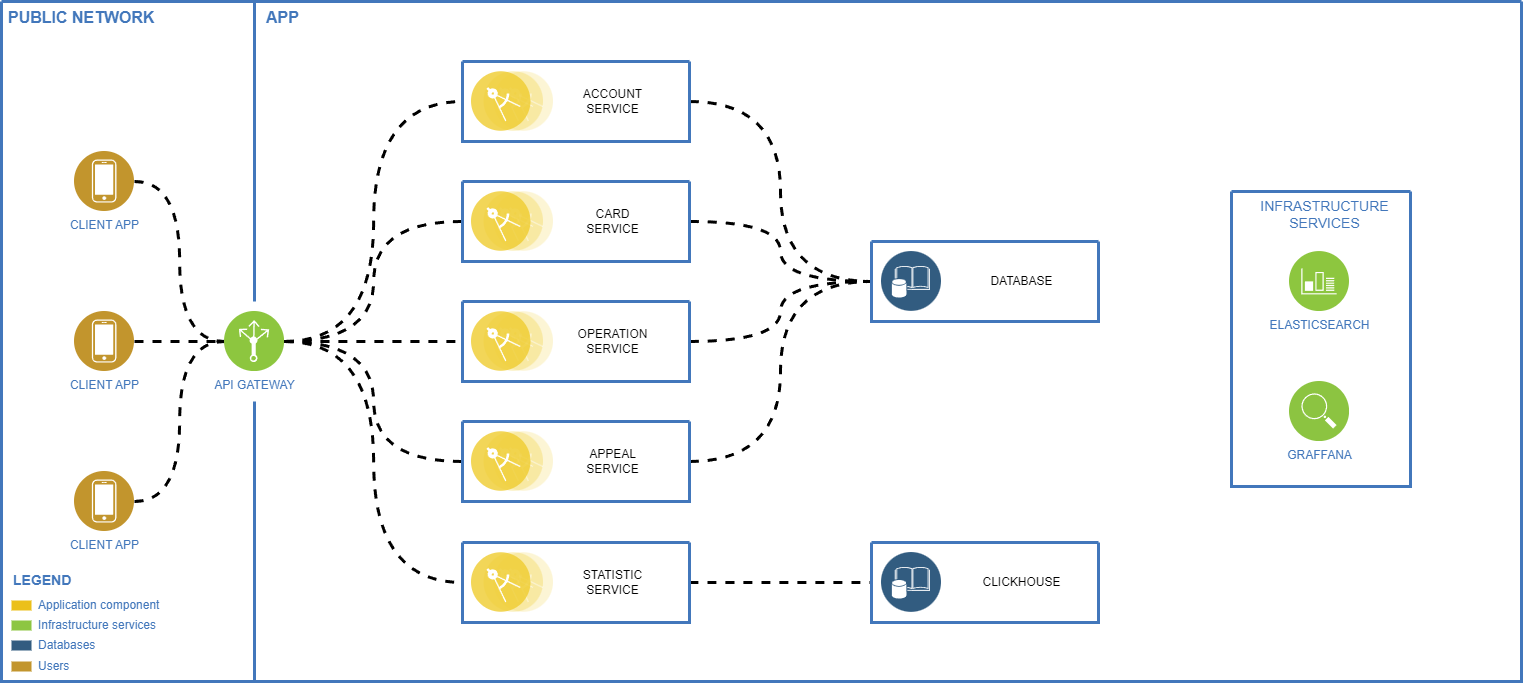
The draw.io diagram img/architecture.png in ClausStolz/Architecture-Test, before a commit. Source tidied: cells renumbered, new cells last; positions are measured from the earlier drawing's top-left corner, leaving out a move shared by most shapes.
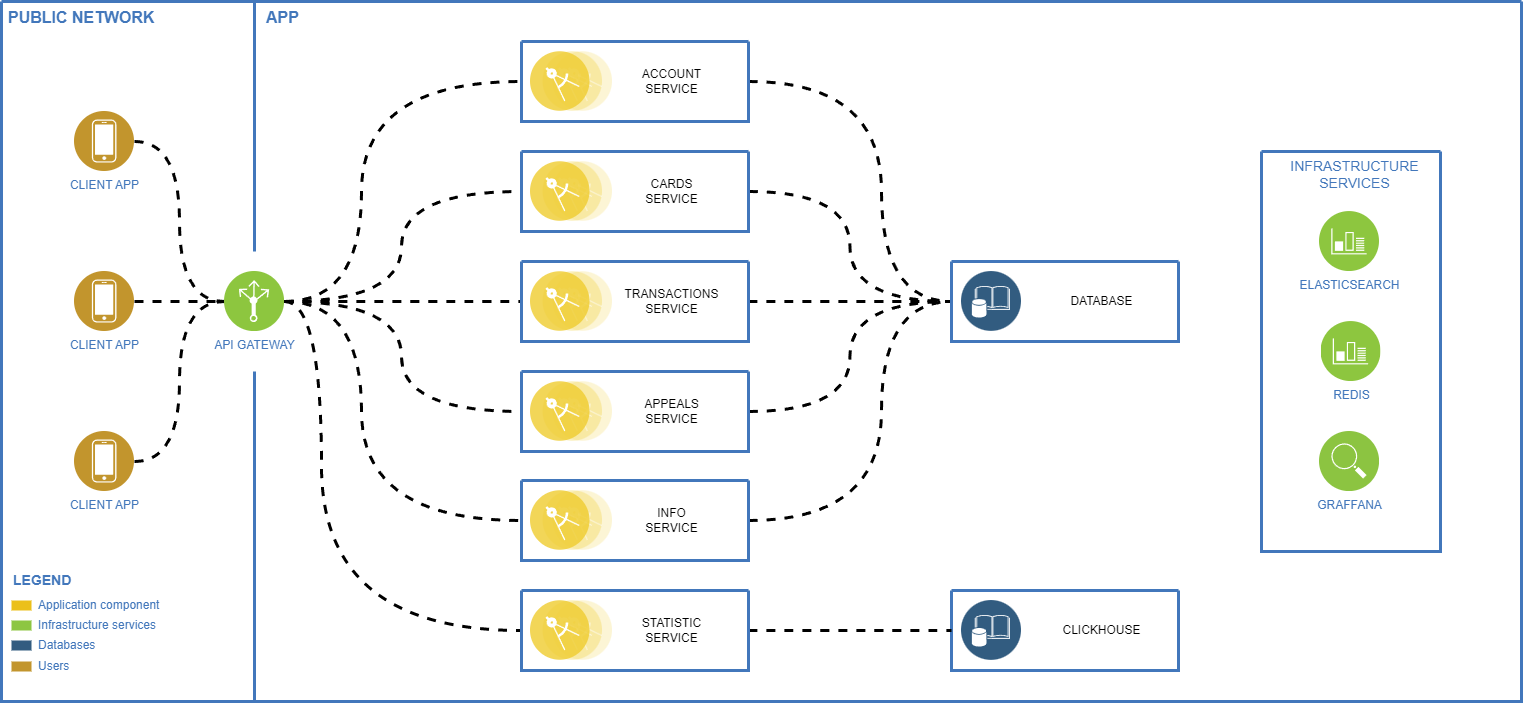
Above is the later version.

Change to the diagram source:
```diff
@@ -5,3 +5,3 @@
     <mxCell id="2" style="swimlane;shadow=0;strokeColor=#4277BB;fillColor=#ffffff;fontColor=#4277BB;align=right;startSize=0;strokeWidth=3;" parent="1" vertex="1">
-      <mxGeometry width="1520" height="680" as="geometry" />
+      <mxGeometry width="1520" height="700" as="geometry" />
     </mxCell>
@@ -11,3 +11,3 @@
     <mxCell id="4" style="line;strokeWidth=3;direction=south;html=1;shadow=0;labelBackgroundColor=none;fillColor=none;gradientColor=none;fontSize=12;fontColor=#4277BB;align=right;strokeColor=#4277BB;" parent="2" vertex="1">
-      <mxGeometry x="248" width="10" height="300" as="geometry" />
+      <mxGeometry x="248" width="10" height="250" as="geometry" />
     </mxCell>
@@ -29,3 +29,3 @@
     <mxCell id="10" style="line;strokeWidth=3;direction=south;html=1;shadow=0;labelBackgroundColor=none;fillColor=none;gradientColor=none;fontSize=12;fontColor=#4277BB;align=right;strokeColor=#4277BB;" parent="2" vertex="1">
-      <mxGeometry x="248" y="400" width="10" height="280" as="geometry" />
+      <mxGeometry x="248" y="370" width="10" height="330" as="geometry" />
     </mxCell>
@@ -35,6 +35,6 @@
     <mxCell id="12" value="CLIENT APP" style="perimeter=ellipsePerimeter;html=1;align=center;shadow=0;dashed=0;image;image=img/lib/ibm/users/device.svg;labelBackgroundColor=#ffffff;strokeColor=#666666;strokeWidth=3;fillColor=#C2952D;gradientColor=none;fontSize=12;fontColor=#4277BB;" parent="2" vertex="1">
-      <mxGeometry x="73" y="150" width="60" height="60" as="geometry" />
+      <mxGeometry x="73" y="110" width="60" height="60" as="geometry" />
     </mxCell>
     <mxCell id="13" style="swimlane;shadow=0;strokeColor=#4277BB;fillColor=#ffffff;fontColor=#4277BB;align=right;startSize=0;strokeWidth=3;" parent="2" vertex="1">
-      <mxGeometry x="1230" y="190" width="179" height="295" as="geometry" />
+      <mxGeometry x="1260" y="150" width="179" height="400" as="geometry" />
     </mxCell>
@@ -44,3 +44,3 @@
     <mxCell id="15" value="GRAFFANA" style="perimeter=ellipsePerimeter;html=1;align=center;shadow=0;dashed=0;image;image=img/lib/ibm/infrastructure/service_discovery_configuration.svg;labelBackgroundColor=none;strokeColor=#666666;strokeWidth=3;fillColor=#C2952D;gradientColor=none;fontSize=12;fontColor=#4277BB;" parent="13" vertex="1">
-      <mxGeometry x="58" y="190" width="60" height="60" as="geometry" />
+      <mxGeometry x="58" y="280" width="60" height="60" as="geometry" />
     </mxCell>
@@ -49,2 +49,5 @@
     </mxCell>
+    <mxCell id="54" value="REDIS" style="perimeter=ellipsePerimeter;html=1;align=center;shadow=0;dashed=0;image;image=img/lib/ibm/infrastructure/monitoring_logging.svg;labelBackgroundColor=none;strokeColor=#666666;strokeWidth=3;fillColor=#C2952D;gradientColor=none;fontSize=12;fontColor=#4277BB;" parent="13" vertex="1">
+      <mxGeometry x="59.5" y="170" width="60" height="60" as="geometry" />
+    </mxCell>
     <mxCell id="17" style="edgeStyle=orthogonalEdgeStyle;rounded=0;jettySize=auto;html=1;exitX=1;exitY=0.5;exitDx=0;exitDy=0;entryX=0;entryY=0.5;entryDx=0;entryDy=0;strokeWidth=3;dashed=1;endArrow=none;endFill=0;" parent="2" edge="1" source="18" target="26">
@@ -53,3 +56,3 @@
     <mxCell id="18" value="CLIENT APP" style="perimeter=ellipsePerimeter;html=1;align=center;shadow=0;dashed=0;image;image=img/lib/ibm/users/device.svg;labelBackgroundColor=#ffffff;strokeColor=#666666;strokeWidth=3;fillColor=#C2952D;gradientColor=none;fontSize=12;fontColor=#4277BB;" parent="2" vertex="1">
-      <mxGeometry x="73" y="310" width="60" height="60" as="geometry" />
+      <mxGeometry x="73" y="270" width="60" height="60" as="geometry" />
     </mxCell>
@@ -59,27 +62,60 @@
     <mxCell id="20" value="CLIENT APP" style="perimeter=ellipsePerimeter;html=1;align=center;shadow=0;dashed=0;image;image=img/lib/ibm/users/device.svg;labelBackgroundColor=#ffffff;strokeColor=#666666;strokeWidth=3;fillColor=#C2952D;gradientColor=none;fontSize=12;fontColor=#4277BB;" parent="2" vertex="1">
-      <mxGeometry x="73" y="470" width="60" height="60" as="geometry" />
+      <mxGeometry x="73" y="430" width="60" height="60" as="geometry" />
     </mxCell>
-    <mxCell id="21" style="edgeStyle=orthogonalEdgeStyle;rounded=0;jettySize=auto;html=1;exitX=1;exitY=0.5;exitDx=0;exitDy=0;entryX=0;entryY=0.5;entryDx=0;entryDy=0;strokeWidth=3;dashed=1;curved=1;endArrow=none;endFill=0;" parent="2" edge="1" source="26" target="36">
+    <mxCell id="21" style="edgeStyle=orthogonalEdgeStyle;rounded=0;jettySize=auto;html=1;exitX=1;exitY=0.5;exitDx=0;exitDy=0;entryX=0;entryY=0.5;entryDx=0;entryDy=0;strokeWidth=3;dashed=1;curved=1;endArrow=none;endFill=0;startArrow=none;startFill=0;" parent="2" edge="1" source="26" target="36">
       <mxGeometry relative="1" as="geometry" />
     </mxCell>
+    <mxCell id="55" style="edgeStyle=orthogonalEdgeStyle;rounded=0;jettySize=auto;html=1;exitX=1;exitY=0.5;exitDx=0;exitDy=0;entryX=0;entryY=0.5;entryDx=0;entryDy=0;curved=1;endArrow=none;endFill=0;dashed=1;strokeWidth=3;" parent="2" edge="1" source="26" target="58">
+      <mxGeometry relative="1" as="geometry">
+        <Array as="points">
+          <mxPoint x="320" y="300" />
+          <mxPoint x="320" y="629" />
+        </Array>
+      </mxGeometry>
+    </mxCell>
+    <mxCell id="25" style="edgeStyle=orthogonalEdgeStyle;rounded=0;jettySize=auto;html=1;exitX=1;exitY=0.5;exitDx=0;exitDy=0;entryX=0;entryY=0.5;entryDx=0;entryDy=0;curved=1;startArrow=none;startFill=0;dashed=1;strokeWidth=3;endArrow=none;endFill=0;" parent="2" edge="1" source="26" target="44">
+      <mxGeometry relative="1" as="geometry">
+        <Array as="points">
+          <mxPoint x="360" y="300" />
+          <mxPoint x="360" y="519" />
+        </Array>
+      </mxGeometry>
+    </mxCell>
+    <mxCell id="24" style="edgeStyle=orthogonalEdgeStyle;rounded=0;jettySize=auto;html=1;exitX=1;exitY=0.5;exitDx=0;exitDy=0;entryX=0;entryY=0.5;entryDx=0;entryDy=0;curved=1;startArrow=none;startFill=0;dashed=1;strokeWidth=3;endArrow=none;endFill=0;" parent="2" edge="1" source="26" target="40">
+      <mxGeometry relative="1" as="geometry">
+        <Array as="points">
+          <mxPoint x="400" y="300" />
+          <mxPoint x="400" y="410" />
+        </Array>
+      </mxGeometry>
+    </mxCell>
-    <mxCell id="22" style="edgeStyle=orthogonalEdgeStyle;rounded=0;jettySize=auto;html=1;exitX=1;exitY=0.5;exitDx=0;exitDy=0;entryX=0;entryY=0.5;entryDx=0;entryDy=0;strokeWidth=3;dashed=1;curved=1;endArrow=none;endFill=0;" parent="2" edge="1" source="26" target="32">
-      <mxGeometry relative="1" as="geometry" />
+    <mxCell id="22" style="edgeStyle=orthogonalEdgeStyle;rounded=0;jettySize=auto;html=1;exitX=1;exitY=0.5;exitDx=0;exitDy=0;entryX=0;entryY=0.5;entryDx=0;entryDy=0;curved=1;startArrow=none;startFill=0;dashed=1;strokeWidth=3;endArrow=none;endFill=0;" parent="2" edge="1" source="26" target="32">
+      <mxGeometry relative="1" as="geometry">
+        <Array as="points">
+          <mxPoint x="400" y="300" />
+          <mxPoint x="400" y="190" />
+        </Array>
+      </mxGeometry>
     </mxCell>
-    <mxCell id="23" style="edgeStyle=orthogonalEdgeStyle;rounded=0;jettySize=auto;html=1;exitX=1;exitY=0.5;exitDx=0;exitDy=0;entryX=0;entryY=0.5;entryDx=0;entryDy=0;strokeWidth=3;dashed=1;curved=1;endArrow=none;endFill=0;" parent="2" edge="1" source="26" target="28">
-      <mxGeometry relative="1" as="geometry" />
+    <mxCell id="23" style="edgeStyle=orthogonalEdgeStyle;rounded=0;jettySize=auto;html=1;exitX=1;exitY=0.5;exitDx=0;exitDy=0;entryX=0;entryY=0.5;entryDx=0;entryDy=0;curved=1;startArrow=none;startFill=0;dashed=1;strokeWidth=3;endArrow=none;endFill=0;" parent="2" edge="1" source="26" target="28">
+      <mxGeometry relative="1" as="geometry">
+        <Array as="points">
+          <mxPoint x="360" y="300" />
+          <mxPoint x="360" y="80" />
+        </Array>
+      </mxGeometry>
     </mxCell>
-    <mxCell id="24" style="edgeStyle=orthogonalEdgeStyle;rounded=0;jettySize=auto;html=1;exitX=1;exitY=0.5;exitDx=0;exitDy=0;entryX=0;entryY=0.5;entryDx=0;entryDy=0;strokeWidth=3;dashed=1;curved=1;endArrow=none;endFill=0;" parent="2" edge="1" source="26" target="40">
-      <mxGeometry relative="1" as="geometry" />
-    </mxCell>
-    <mxCell id="25" style="edgeStyle=orthogonalEdgeStyle;rounded=0;jettySize=auto;html=1;exitX=1;exitY=0.5;exitDx=0;exitDy=0;entryX=0;entryY=0.5;entryDx=0;entryDy=0;strokeWidth=3;dashed=1;curved=1;endArrow=none;endFill=0;" parent="2" edge="1" source="26" target="44">
-      <mxGeometry relative="1" as="geometry" />
-    </mxCell>
     <mxCell id="26" value="API GATEWAY" style="perimeter=ellipsePerimeter;html=1;align=center;shadow=0;dashed=0;image;image=img/lib/ibm/infrastructure/load_balancing_routing.svg;labelBackgroundColor=none;strokeColor=#666666;strokeWidth=3;fillColor=#C2952D;gradientColor=none;fontSize=12;fontColor=#4277BB;" parent="2" vertex="1">
-      <mxGeometry x="223" y="310" width="60" height="60" as="geometry" />
+      <mxGeometry x="223" y="270" width="60" height="60" as="geometry" />
     </mxCell>
-    <mxCell id="27" style="edgeStyle=orthogonalEdgeStyle;rounded=0;jettySize=auto;html=1;exitX=1;exitY=0.5;exitDx=0;exitDy=0;entryX=0;entryY=0.5;entryDx=0;entryDy=0;strokeWidth=3;dashed=1;endArrow=none;endFill=0;curved=1;" parent="2" edge="1" source="28" target="47">
-      <mxGeometry relative="1" as="geometry" />
+    <mxCell id="27" style="edgeStyle=orthogonalEdgeStyle;rounded=0;jettySize=auto;html=1;exitX=1;exitY=0.5;exitDx=0;exitDy=0;entryX=0;entryY=0.5;entryDx=0;entryDy=0;endArrow=none;endFill=0;curved=1;dashed=1;strokeWidth=3;" parent="2" edge="1" source="28" target="47">
+      <mxGeometry relative="1" as="geometry">
+        <Array as="points">
+          <mxPoint x="880" y="80" />
+          <mxPoint x="880" y="300" />
+        </Array>
+      </mxGeometry>
     </mxCell>
     <mxCell id="28" style="swimlane;shadow=0;strokeColor=#4277BB;fillColor=#ffffff;fontColor=#4277BB;align=right;startSize=0;strokeWidth=3;" parent="2" vertex="1">
-      <mxGeometry x="461" y="60" width="227" height="80" as="geometry" />
+      <mxGeometry x="520" y="40" width="227" height="80" as="geometry" />
     </mxCell>
@@ -91,3 +127,3 @@
     </mxCell>
-    <mxCell id="31" style="edgeStyle=orthogonalEdgeStyle;rounded=0;jettySize=auto;html=1;exitX=1;exitY=0.5;exitDx=0;exitDy=0;entryX=0;entryY=0.5;entryDx=0;entryDy=0;strokeWidth=3;dashed=1;endArrow=none;endFill=0;curved=1;" parent="2" edge="1" source="32" target="47">
+    <mxCell id="31" style="edgeStyle=orthogonalEdgeStyle;rounded=0;jettySize=auto;html=1;exitX=1;exitY=0.5;exitDx=0;exitDy=0;entryX=0;entryY=0.5;entryDx=0;entryDy=0;endArrow=none;endFill=0;curved=1;dashed=1;strokeWidth=3;" parent="2" edge="1" source="32" target="47">
       <mxGeometry relative="1" as="geometry" />
@@ -95,3 +131,3 @@
     <mxCell id="32" style="swimlane;shadow=0;strokeColor=#4277BB;fillColor=#ffffff;fontColor=#4277BB;align=right;startSize=0;strokeWidth=3;" parent="2" vertex="1">
-      <mxGeometry x="461" y="180" width="227" height="80" as="geometry" />
+      <mxGeometry x="520" y="150" width="227" height="80" as="geometry" />
     </mxCell>
@@ -100,6 +136,6 @@
     </mxCell>
-    <mxCell id="34" value="CARD&lt;br&gt;SERVICE" style="text;html=1;align=center;verticalAlign=middle;strokeColor=none;fillColor=none;" parent="32" vertex="1">
+    <mxCell id="34" value="CARDS&lt;br&gt;SERVICE" style="text;html=1;align=center;verticalAlign=middle;strokeColor=none;fillColor=none;" parent="32" vertex="1">
       <mxGeometry x="110" y="20" width="80" height="40" as="geometry" />
     </mxCell>
-    <mxCell id="35" style="edgeStyle=orthogonalEdgeStyle;rounded=0;jettySize=auto;html=1;exitX=1;exitY=0.5;exitDx=0;exitDy=0;entryX=0;entryY=0.5;entryDx=0;entryDy=0;strokeWidth=3;dashed=1;endArrow=none;endFill=0;curved=1;" parent="2" edge="1" source="36" target="47">
+    <mxCell id="35" style="edgeStyle=orthogonalEdgeStyle;rounded=0;jettySize=auto;html=1;exitX=1;exitY=0.5;exitDx=0;exitDy=0;entryX=0;entryY=0.5;entryDx=0;entryDy=0;endArrow=none;endFill=0;curved=1;dashed=1;strokeWidth=3;" parent="2" edge="1" source="36" target="47">
       <mxGeometry relative="1" as="geometry" />
@@ -107,3 +143,3 @@
     <mxCell id="36" style="swimlane;shadow=0;strokeColor=#4277BB;fillColor=#ffffff;fontColor=#4277BB;align=right;startSize=0;strokeWidth=3;" parent="2" vertex="1">
-      <mxGeometry x="461" y="300" width="227" height="80" as="geometry" />
+      <mxGeometry x="520" y="260" width="227" height="80" as="geometry" />
     </mxCell>
@@ -112,6 +148,6 @@
     </mxCell>
-    <mxCell id="38" value="OPERATION&lt;br&gt;SERVICE" style="text;html=1;align=center;verticalAlign=middle;strokeColor=none;fillColor=none;" parent="36" vertex="1">
-      <mxGeometry x="105" y="20" width="90" height="40" as="geometry" />
+    <mxCell id="38" value="TRANSACTIONS&lt;br&gt;SERVICE" style="text;html=1;align=center;verticalAlign=middle;strokeColor=none;fillColor=none;" parent="36" vertex="1">
+      <mxGeometry x="90" y="20" width="120" height="40" as="geometry" />
     </mxCell>
-    <mxCell id="39" style="edgeStyle=orthogonalEdgeStyle;rounded=0;jettySize=auto;html=1;exitX=1;exitY=0.5;exitDx=0;exitDy=0;entryX=0;entryY=0.5;entryDx=0;entryDy=0;strokeWidth=3;dashed=1;endArrow=none;endFill=0;curved=1;" parent="2" edge="1" source="40" target="47">
+    <mxCell id="39" style="edgeStyle=orthogonalEdgeStyle;rounded=0;jettySize=auto;html=1;exitX=1;exitY=0.5;exitDx=0;exitDy=0;entryX=0;entryY=0.5;entryDx=0;entryDy=0;endArrow=none;endFill=0;curved=1;dashed=1;strokeWidth=3;" parent="2" edge="1" source="40" target="47">
       <mxGeometry relative="1" as="geometry" />
@@ -119,3 +155,3 @@
     <mxCell id="40" style="swimlane;shadow=0;strokeColor=#4277BB;fillColor=#ffffff;fontColor=#4277BB;align=right;startSize=0;strokeWidth=3;" parent="2" vertex="1">
-      <mxGeometry x="461" y="420" width="227" height="80" as="geometry" />
+      <mxGeometry x="520" y="370" width="227" height="80" as="geometry" />
     </mxCell>
@@ -124,10 +160,15 @@
     </mxCell>
-    <mxCell id="42" value="APPEAL&lt;br&gt;SERVICE" style="text;html=1;align=center;verticalAlign=middle;strokeColor=none;fillColor=none;" parent="40" vertex="1">
+    <mxCell id="42" value="APPEALS&lt;br&gt;SERVICE" style="text;html=1;align=center;verticalAlign=middle;strokeColor=none;fillColor=none;" parent="40" vertex="1">
       <mxGeometry x="110" y="20" width="80" height="40" as="geometry" />
     </mxCell>
-    <mxCell id="43" style="edgeStyle=orthogonalEdgeStyle;rounded=0;jettySize=auto;html=1;exitX=1;exitY=0.5;exitDx=0;exitDy=0;entryX=0;entryY=0.5;entryDx=0;entryDy=0;strokeWidth=3;dashed=1;endArrow=none;endFill=0;curved=1;" parent="2" edge="1" source="44" target="50">
-      <mxGeometry relative="1" as="geometry" />
-    </mxCell>
+    <mxCell id="56" style="edgeStyle=orthogonalEdgeStyle;rounded=0;jettySize=auto;html=1;exitX=1;exitY=0.5;exitDx=0;exitDy=0;entryX=0;entryY=0.5;entryDx=0;entryDy=0;endArrow=none;endFill=0;curved=1;dashed=1;strokeWidth=3;" parent="2" edge="1" source="44" target="47">
+      <mxGeometry relative="1" as="geometry">
+        <Array as="points">
+          <mxPoint x="880" y="519" />
+          <mxPoint x="880" y="300" />
+        </Array>
+      </mxGeometry>
+    </mxCell>
     <mxCell id="44" style="swimlane;shadow=0;strokeColor=#4277BB;fillColor=#ffffff;fontColor=#4277BB;align=right;startSize=0;strokeWidth=3;" parent="2" vertex="1">
-      <mxGeometry x="461" y="541" width="227" height="80" as="geometry" />
+      <mxGeometry x="520" y="479" width="227" height="80" as="geometry" />
     </mxCell>
@@ -136,3 +177,3 @@
     </mxCell>
-    <mxCell id="46" value="STATISTIC&lt;br&gt;SERVICE" style="text;html=1;align=center;verticalAlign=middle;strokeColor=none;fillColor=none;" parent="44" vertex="1">
+    <mxCell id="46" value="INFO&lt;br&gt;SERVICE" style="text;html=1;align=center;verticalAlign=middle;strokeColor=none;fillColor=none;" parent="44" vertex="1">
       <mxGeometry x="110" y="20" width="80" height="40" as="geometry" />
@@ -140,3 +181,3 @@
     <mxCell id="47" style="swimlane;shadow=0;strokeColor=#4277BB;fillColor=#ffffff;fontColor=#4277BB;align=right;startSize=0;strokeWidth=3;" parent="2" vertex="1">
-      <mxGeometry x="870" y="240" width="227" height="80" as="geometry" />
+      <mxGeometry x="950" y="260" width="227" height="80" as="geometry" />
     </mxCell>
@@ -145,3 +186,3 @@
     </mxCell>
-    <mxCell id="49" style="perimeter=ellipsePerimeter;html=1;align=center;shadow=0;dashed=0;image;image=img/lib/ibm/data/enterprise_data.svg;labelBackgroundColor=#ffffff;strokeColor=#666666;strokeWidth=3;fillColor=#C2952D;gradientColor=none;fontSize=12;fontColor=#4277BB;" parent="47" vertex="1">
+    <mxCell id="49" style="perimeter=ellipsePerimeter;html=1;align=center;shadow=0;dashed=0;image;image=img/lib/ibm/data/enterprise_data.svg;labelBackgroundColor=#ffffff;strokeColor=#666666;strokeWidth=3;fillColor=#C2952D;gradientColor=none;fontSize=12;fontColor=#67AB9F;" parent="47" vertex="1">
       <mxGeometry x="10" y="10" width="60" height="60" as="geometry" />
@@ -149,3 +190,3 @@
     <mxCell id="50" style="swimlane;shadow=0;strokeColor=#4277BB;fillColor=#ffffff;fontColor=#4277BB;align=right;startSize=0;strokeWidth=3;" parent="2" vertex="1">
-      <mxGeometry x="870" y="541" width="227" height="80" as="geometry" />
+      <mxGeometry x="950" y="589" width="227" height="80" as="geometry" />
     </mxCell>
@@ -160,2 +201,14 @@
     </mxCell>
+    <mxCell id="57" style="edgeStyle=orthogonalEdgeStyle;rounded=0;jettySize=auto;html=1;exitX=1;exitY=0.5;exitDx=0;exitDy=0;curved=1;startArrow=none;startFill=0;endArrow=none;endFill=0;dashed=1;strokeWidth=3;entryX=0;entryY=0.5;entryDx=0;entryDy=0;" parent="2" edge="1" source="58" target="50">
+      <mxGeometry relative="1" as="geometry" />
+    </mxCell>
+    <mxCell id="58" style="swimlane;shadow=0;strokeColor=#4277BB;fillColor=#ffffff;fontColor=#4277BB;align=right;startSize=0;strokeWidth=3;" parent="2" vertex="1">
+      <mxGeometry x="520" y="589" width="227" height="80" as="geometry" />
+    </mxCell>
+    <mxCell id="59" style="perimeter=ellipsePerimeter;html=1;align=center;shadow=0;dashed=0;image;image=img/lib/ibm/applications/microservice.svg;labelBackgroundColor=#ffffff;strokeColor=#666666;strokeWidth=3;fillColor=#C2952D;gradientColor=none;fontSize=12;fontColor=#4277BB;" parent="58" vertex="1">
+      <mxGeometry x="9" y="10" width="82" height="60" as="geometry" />
+    </mxCell>
+    <mxCell id="60" value="STATISTIC&lt;br style=&quot;border-color: var(--border-color);&quot;&gt;SERVICE" style="text;html=1;align=center;verticalAlign=middle;strokeColor=none;fillColor=none;" parent="58" vertex="1">
+      <mxGeometry x="110" y="20" width="80" height="40" as="geometry" />
+    </mxCell>
   </root>
```
